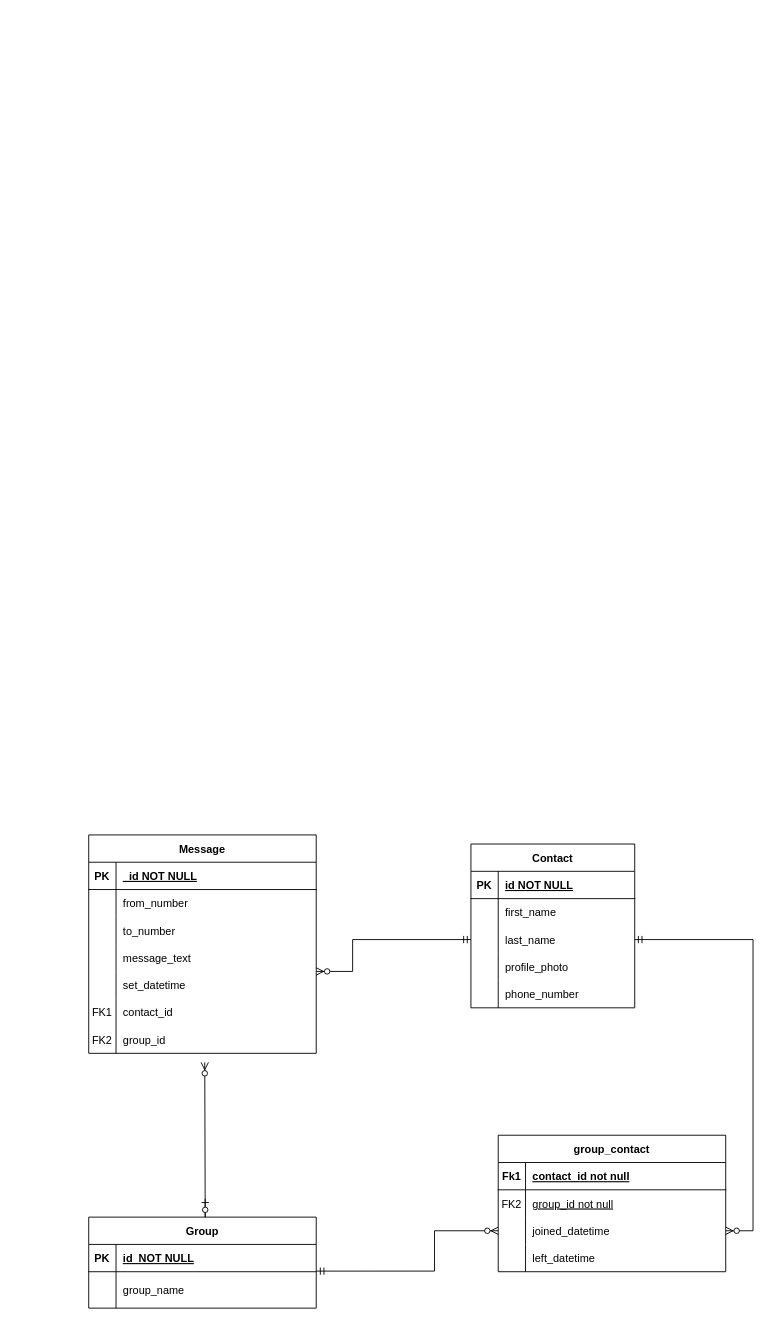
This is projectFiles/ERd.drawio from janaka4345/chatroom2, a draw.io file, before an edit. Source tidied: cells renumbered, new cells numbered last; positions are measured from the earlier drawing's top-left corner, leaving out a move shared by most shapes. Both pictures are drawn from the tidied source at 91%, with x=0, y=0 at pixel (88, 834).
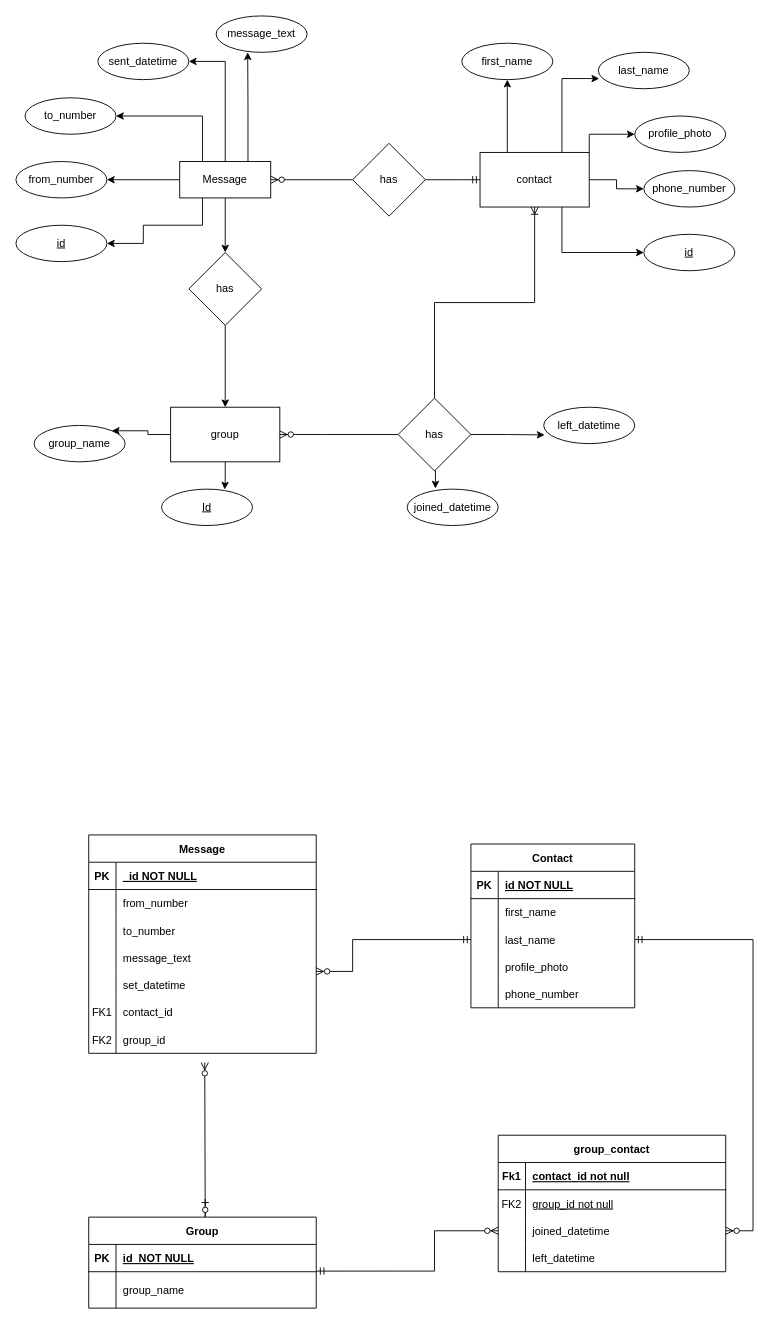
After the change.

Diff of the diagram source:
```diff
@@
+    <mxCell id="64" style="edgeStyle=orthogonalEdgeStyle;fontSize=12;html=1;endArrow=ERzeroToMany;endFill=1;rounded=0;exitX=0;exitY=0.5;exitDx=0;exitDy=0;entryX=1;entryY=0.5;entryDx=0;entryDy=0;" parent="1" edge="1" source="72" target="70">
+      <mxGeometry relative="1" as="geometry" />
+    </mxCell>
+    <mxCell id="65" style="edgeStyle=orthogonalEdgeStyle;rounded=0;jettySize=auto;html=1;" parent="1" edge="1" source="70" target="79">
+      <mxGeometry relative="1" as="geometry" />
+    </mxCell>
+    <mxCell id="66" style="edgeStyle=orthogonalEdgeStyle;rounded=0;jettySize=auto;html=1;entryX=1;entryY=0.5;entryDx=0;entryDy=0;exitX=0.25;exitY=1;exitDx=0;exitDy=0;" parent="1" edge="1" source="70" target="89">
+      <mxGeometry relative="1" as="geometry">
+        <Array as="points">
+          <mxPoint x="125" y="-670" />
+          <mxPoint x="60" y="-670" />
+          <mxPoint x="60" y="-650" />
+        </Array>
+      </mxGeometry>
+    </mxCell>
+    <mxCell id="67" style="edgeStyle=orthogonalEdgeStyle;rounded=0;jettySize=auto;html=1;entryX=1;entryY=0.5;entryDx=0;entryDy=0;" parent="1" edge="1" source="70" target="85">
+      <mxGeometry relative="1" as="geometry" />
+    </mxCell>
+    <mxCell id="68" style="edgeStyle=orthogonalEdgeStyle;rounded=0;jettySize=auto;html=1;exitX=0.25;exitY=0;exitDx=0;exitDy=0;entryX=1;entryY=0.5;entryDx=0;entryDy=0;" parent="1" edge="1" source="70" target="86">
+      <mxGeometry relative="1" as="geometry" />
+    </mxCell>
+    <mxCell id="69" style="edgeStyle=orthogonalEdgeStyle;rounded=0;jettySize=auto;html=1;exitX=0.5;exitY=0;exitDx=0;exitDy=0;entryX=1;entryY=0.5;entryDx=0;entryDy=0;" parent="1" edge="1" source="70" target="87">
+      <mxGeometry relative="1" as="geometry" />
+    </mxCell>
+    <mxCell id="70" value="Message" style="whiteSpace=wrap;html=1;align=center;" parent="1" vertex="1">
+      <mxGeometry x="100" y="-740" width="100" height="40" as="geometry" />
+    </mxCell>
+    <mxCell id="71" style="edgeStyle=orthogonalEdgeStyle;fontSize=12;html=1;endArrow=ERmandOne;endFill=1;rounded=0;exitX=1;exitY=0.5;exitDx=0;exitDy=0;entryX=0;entryY=0.5;entryDx=0;entryDy=0;" parent="1" edge="1" source="72" target="77">
+      <mxGeometry relative="1" as="geometry">
+        <Array as="points">
+          <mxPoint x="410" y="-720" />
+          <mxPoint x="410" y="-720" />
+        </Array>
+      </mxGeometry>
+    </mxCell>
+    <mxCell id="72" value="has" style="rhombus;whiteSpace=wrap;html=1;" parent="1" vertex="1">
+      <mxGeometry x="290" y="-760" width="80" height="80" as="geometry" />
+    </mxCell>
+    <mxCell id="73" style="edgeStyle=orthogonalEdgeStyle;rounded=0;jettySize=auto;html=1;exitX=0.75;exitY=1;exitDx=0;exitDy=0;entryX=0;entryY=0.5;entryDx=0;entryDy=0;" parent="1" edge="1" source="77" target="95">
+      <mxGeometry relative="1" as="geometry" />
+    </mxCell>
+    <mxCell id="74" style="edgeStyle=orthogonalEdgeStyle;rounded=0;jettySize=auto;html=1;exitX=1;exitY=0.5;exitDx=0;exitDy=0;entryX=0;entryY=0.5;entryDx=0;entryDy=0;" parent="1" edge="1" source="77" target="94">
+      <mxGeometry relative="1" as="geometry" />
+    </mxCell>
+    <mxCell id="75" style="edgeStyle=orthogonalEdgeStyle;rounded=0;jettySize=auto;html=1;exitX=1;exitY=0;exitDx=0;exitDy=0;entryX=0;entryY=0.5;entryDx=0;entryDy=0;" parent="1" edge="1" source="77" target="93">
+      <mxGeometry relative="1" as="geometry" />
+    </mxCell>
+    <mxCell id="76" style="edgeStyle=orthogonalEdgeStyle;rounded=0;jettySize=auto;html=1;exitX=0.25;exitY=0;exitDx=0;exitDy=0;entryX=0.5;entryY=1;entryDx=0;entryDy=0;" parent="1" edge="1" source="77" target="91">
+      <mxGeometry relative="1" as="geometry" />
+    </mxCell>
+    <mxCell id="77" value="contact" style="whiteSpace=wrap;html=1;" parent="1" vertex="1">
+      <mxGeometry x="430" y="-750" width="120" height="60" as="geometry" />
+    </mxCell>
+    <mxCell id="78" style="edgeStyle=orthogonalEdgeStyle;rounded=0;jettySize=auto;html=1;" parent="1" edge="1" source="79" target="81">
+      <mxGeometry relative="1" as="geometry" />
+    </mxCell>
+    <mxCell id="79" value="has" style="rhombus;whiteSpace=wrap;html=1;" parent="1" vertex="1">
+      <mxGeometry x="110" y="-640" width="80" height="80" as="geometry" />
+    </mxCell>
+    <mxCell id="80" style="edgeStyle=orthogonalEdgeStyle;rounded=0;jettySize=auto;html=1;entryX=1;entryY=0;entryDx=0;entryDy=0;" parent="1" edge="1" source="81" target="101">
+      <mxGeometry relative="1" as="geometry" />
+    </mxCell>
+    <mxCell id="81" value="group" style="whiteSpace=wrap;html=1;" parent="1" vertex="1">
+      <mxGeometry x="90" y="-470" width="120" height="60" as="geometry" />
+    </mxCell>
+    <mxCell id="82" style="edgeStyle=orthogonalEdgeStyle;fontSize=12;html=1;endArrow=ERoneToMany;endFill=1;rounded=0;exitX=0.5;exitY=0;exitDx=0;exitDy=0;entryX=0.5;entryY=1;entryDx=0;entryDy=0;" parent="1" edge="1" source="84" target="77">
+      <mxGeometry relative="1" as="geometry" />
+    </mxCell>
+    <mxCell id="83" style="edgeStyle=orthogonalEdgeStyle;fontSize=12;html=1;endArrow=ERzeroToMany;endFill=1;rounded=0;exitX=0;exitY=0.5;exitDx=0;exitDy=0;entryX=1;entryY=0.5;entryDx=0;entryDy=0;" parent="1" edge="1" source="84" target="81">
+      <mxGeometry relative="1" as="geometry">
+        <Array as="points">
+          <mxPoint x="260" y="-440" />
+          <mxPoint x="260" y="-440" />
+        </Array>
+      </mxGeometry>
+    </mxCell>
+    <mxCell id="84" value="has" style="rhombus;whiteSpace=wrap;html=1;" parent="1" vertex="1">
+      <mxGeometry x="340" y="-480" width="80" height="80" as="geometry" />
+    </mxCell>
+    <mxCell id="85" value="from_number" style="ellipse;whiteSpace=wrap;html=1;align=center;" parent="1" vertex="1">
+      <mxGeometry x="-80" y="-740" width="100" height="40" as="geometry" />
+    </mxCell>
+    <mxCell id="86" value="to_number" style="ellipse;whiteSpace=wrap;html=1;align=center;" parent="1" vertex="1">
+      <mxGeometry x="-70" y="-810" width="100" height="40" as="geometry" />
+    </mxCell>
+    <mxCell id="87" value="sent_datetime" style="ellipse;whiteSpace=wrap;html=1;align=center;" parent="1" vertex="1">
+      <mxGeometry x="10" y="-870" width="100" height="40" as="geometry" />
+    </mxCell>
+    <mxCell id="88" value="message_text" style="ellipse;whiteSpace=wrap;html=1;align=center;" parent="1" vertex="1">
+      <mxGeometry x="140" y="-900" width="100" height="40" as="geometry" />
+    </mxCell>
+    <mxCell id="89" value="id" style="ellipse;whiteSpace=wrap;html=1;align=center;fontStyle=4;" parent="1" vertex="1">
+      <mxGeometry x="-80" y="-670" width="100" height="40" as="geometry" />
+    </mxCell>
+    <mxCell id="90" style="edgeStyle=orthogonalEdgeStyle;rounded=0;jettySize=auto;html=1;exitX=0.75;exitY=0;exitDx=0;exitDy=0;entryX=0.347;entryY=1;entryDx=0;entryDy=0;entryPerimeter=0;" parent="1" edge="1" source="70" target="88">
+      <mxGeometry relative="1" as="geometry" />
+    </mxCell>
+    <mxCell id="91" value="first_name" style="ellipse;whiteSpace=wrap;html=1;align=center;" parent="1" vertex="1">
+      <mxGeometry x="410" y="-870" width="100" height="40" as="geometry" />
+    </mxCell>
+    <mxCell id="92" value="last_name" style="ellipse;whiteSpace=wrap;html=1;align=center;" parent="1" vertex="1">
+      <mxGeometry x="560" y="-860" width="100" height="40" as="geometry" />
+    </mxCell>
+    <mxCell id="93" value="profile_photo" style="ellipse;whiteSpace=wrap;html=1;align=center;" parent="1" vertex="1">
+      <mxGeometry x="600" y="-790" width="100" height="40" as="geometry" />
+    </mxCell>
+    <mxCell id="94" value="phone_number" style="ellipse;whiteSpace=wrap;html=1;align=center;" parent="1" vertex="1">
+      <mxGeometry x="610" y="-730" width="100" height="40" as="geometry" />
+    </mxCell>
+    <mxCell id="95" value="id" style="ellipse;whiteSpace=wrap;html=1;align=center;fontStyle=4;" parent="1" vertex="1">
+      <mxGeometry x="610" y="-660" width="100" height="40" as="geometry" />
+    </mxCell>
+    <mxCell id="96" style="edgeStyle=orthogonalEdgeStyle;rounded=0;jettySize=auto;html=1;exitX=0.75;exitY=0;exitDx=0;exitDy=0;entryX=0.01;entryY=0.721;entryDx=0;entryDy=0;entryPerimeter=0;" parent="1" edge="1" source="77" target="92">
+      <mxGeometry relative="1" as="geometry" />
+    </mxCell>
+    <mxCell id="97" value="joined_datetime" style="ellipse;whiteSpace=wrap;html=1;align=center;" parent="1" vertex="1">
+      <mxGeometry x="350" y="-380" width="100" height="40" as="geometry" />
+    </mxCell>
+    <mxCell id="98" value="left_datetime" style="ellipse;whiteSpace=wrap;html=1;align=center;" parent="1" vertex="1">
+      <mxGeometry x="500" y="-470" width="100" height="40" as="geometry" />
+    </mxCell>
+    <mxCell id="99" style="edgeStyle=orthogonalEdgeStyle;rounded=0;jettySize=auto;html=1;exitX=0.5;exitY=1;exitDx=0;exitDy=0;entryX=0.31;entryY=-0.016;entryDx=0;entryDy=0;entryPerimeter=0;" parent="1" edge="1" source="84" target="97">
+      <mxGeometry relative="1" as="geometry" />
+    </mxCell>
+    <mxCell id="100" style="edgeStyle=orthogonalEdgeStyle;rounded=0;jettySize=auto;html=1;exitX=1;exitY=0.5;exitDx=0;exitDy=0;entryX=0.01;entryY=0.761;entryDx=0;entryDy=0;entryPerimeter=0;" parent="1" edge="1" source="84" target="98">
+      <mxGeometry relative="1" as="geometry" />
+    </mxCell>
+    <mxCell id="101" value="group_name" style="ellipse;whiteSpace=wrap;html=1;align=center;" parent="1" vertex="1">
+      <mxGeometry x="-60" y="-450" width="100" height="40" as="geometry" />
+    </mxCell>
+    <mxCell id="102" value="Id" style="ellipse;whiteSpace=wrap;html=1;align=center;fontStyle=4;" parent="1" vertex="1">
+      <mxGeometry x="80" y="-380" width="100" height="40" as="geometry" />
+    </mxCell>
+    <mxCell id="103" style="edgeStyle=orthogonalEdgeStyle;rounded=0;jettySize=auto;html=1;entryX=0.694;entryY=0.011;entryDx=0;entryDy=0;entryPerimeter=0;" parent="1" edge="1" source="81" target="102">
+      <mxGeometry relative="1" as="geometry" />
+    </mxCell>
```
